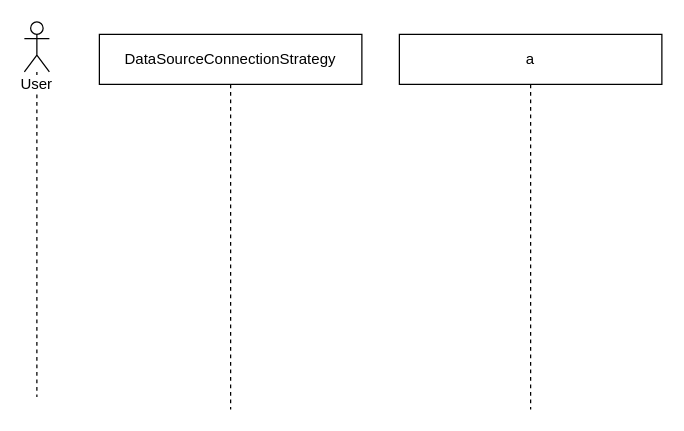
Above: page "getDatasets" (9 of 9) of diagrams/diagrams.drawio in piotr-kalanski/access-management (draw.io), before the change. Source tidied: cells renumbered, new cells numbered last; positions are measured from the earlier drawing's top-left corner, leaving out a move shared by most shapes. Both pictures are drawn from the tidied source at 125%, with x=0, y=0 at pixel (24, 21).
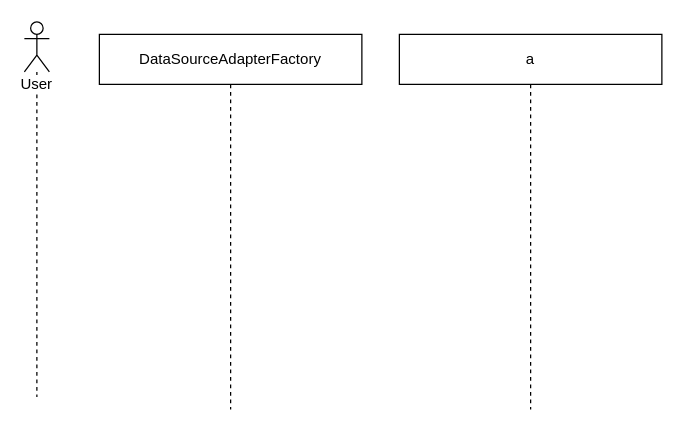
The same page after the edit.

What changed in the source:
```diff
@@
 <mxGraphModel>
   <root>
     <mxCell id="0" />
     <mxCell id="1" parent="0" />
     <mxCell id="2" value="User" style="shape=umlLifeline;participant=umlActor;perimeter=lifelinePerimeter;whiteSpace=wrap;html=1;verticalAlign=top;spacingTop=36;labelBackgroundColor=#ffffff;" parent="1" vertex="1">
       <mxGeometry width="20" height="300" as="geometry" />
     </mxCell>
-    <mxCell id="3" value="&lt;span style=&quot;white-space: nowrap&quot;&gt;DataSourceConnectionStrategy&lt;/span&gt;" style="shape=umlLifeline;perimeter=lifelinePerimeter;whiteSpace=wrap;html=1;" parent="1" vertex="1">
+    <mxCell id="3" value="&lt;span style=&quot;white-space: nowrap&quot;&gt;DataSourceAdapterFactory&lt;/span&gt;" style="shape=umlLifeline;perimeter=lifelinePerimeter;whiteSpace=wrap;html=1;" parent="1" vertex="1">
       <mxGeometry x="60" y="10" width="210" height="300" as="geometry" />
     </mxCell>
     <mxCell id="4" value="&lt;span style=&quot;white-space: nowrap&quot;&gt;a&lt;/span&gt;" style="shape=umlLifeline;perimeter=lifelinePerimeter;whiteSpace=wrap;html=1;" parent="1" vertex="1">
       <mxGeometry x="300" y="10" width="210" height="300" as="geometry" />
     </mxCell>
   </root>
 </mxGraphModel>
```
